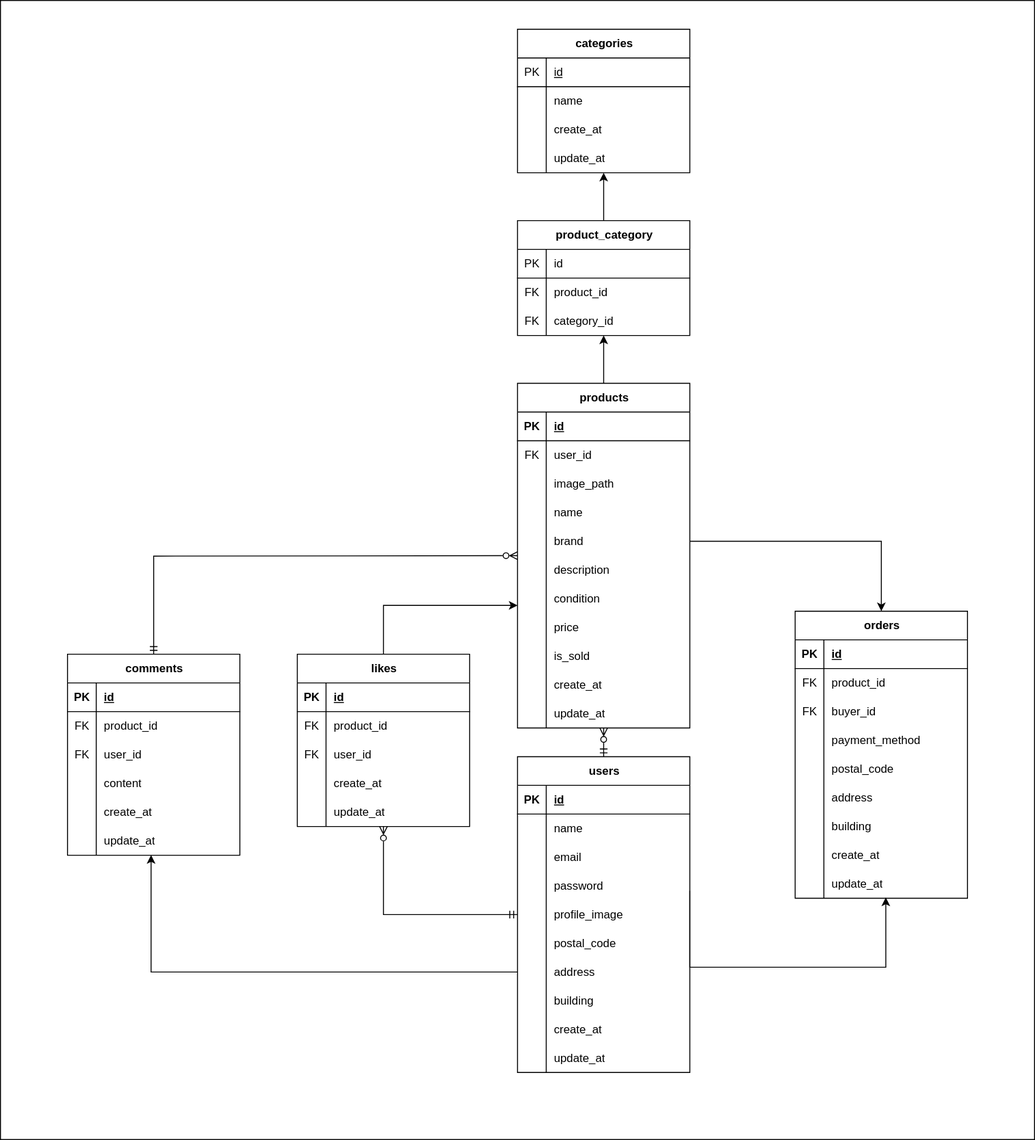
Earlier version of the draw.io export flea-market_ER.drawio.svg (ainyan4645/flea-market_coachtech). Source tidied: cells renumbered, new cells last; positions are measured from the earlier drawing's top-left corner, leaving out a move shared by most shapes.
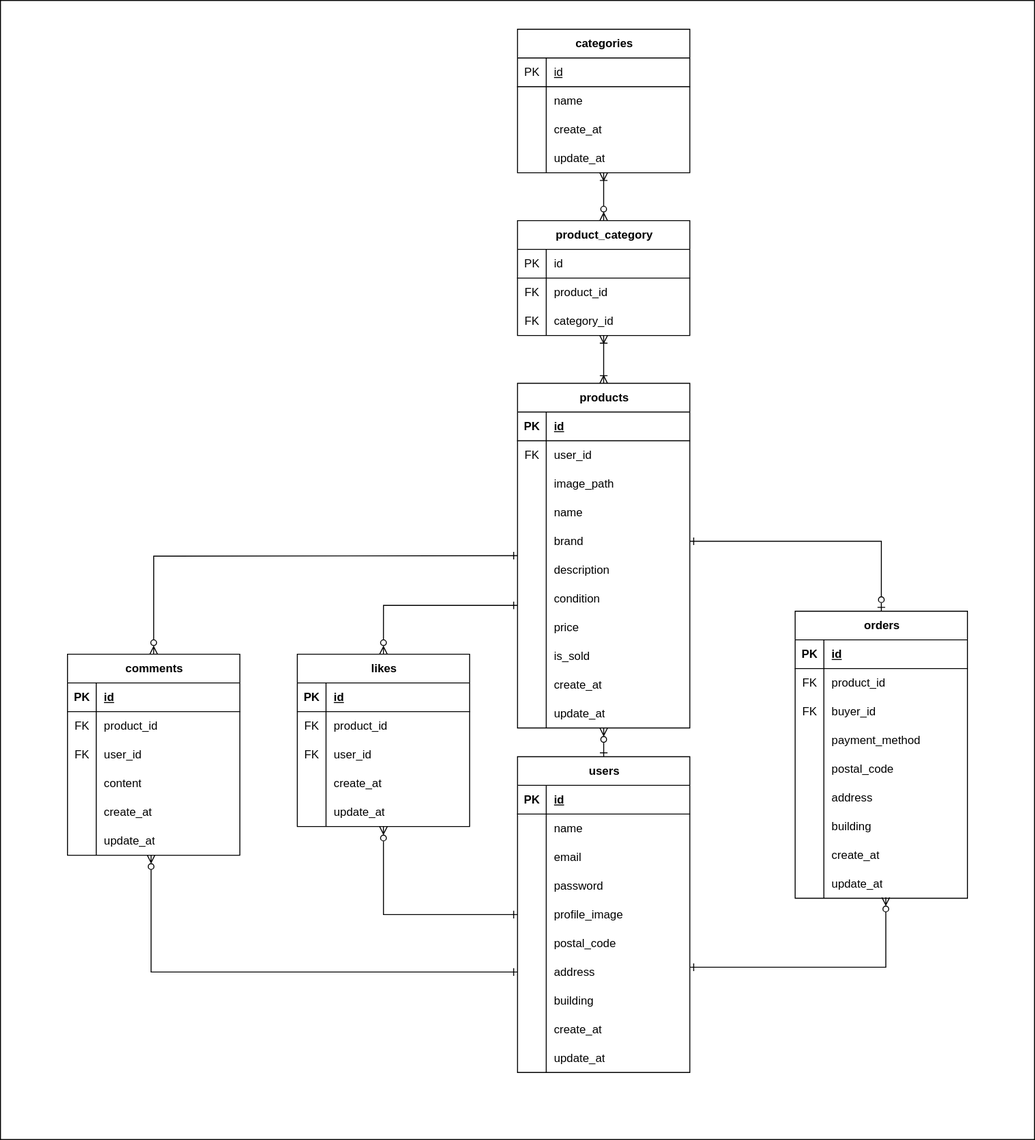
After the change.

Diff of the diagram source:
```diff
@@ -5,10 +5,10 @@
     <mxCell id="2" style="rounded=0;whiteSpace=wrap;html=1;" parent="1" vertex="1">
       <mxGeometry width="1080" height="1190" as="geometry" />
     </mxCell>
-    <mxCell id="3" style="rounded=0;jettySize=auto;html=1;elbow=vertical;startArrow=ERmandOne;startFill=0;endArrow=ERzeroToMany;endFill=0;edgeStyle=orthogonalEdgeStyle;entryX=0.5;entryY=1;entryDx=0;entryDy=0;" parent="1" edge="1" source="5" target="36">
+    <mxCell id="3" style="rounded=0;jettySize=auto;html=1;elbow=vertical;startArrow=ERone;startFill=0;endArrow=ERzeroToMany;endFill=0;edgeStyle=orthogonalEdgeStyle;entryX=0.5;entryY=1;entryDx=0;entryDy=0;" parent="1" edge="1" source="5" target="36">
       <mxGeometry relative="1" as="geometry" />
     </mxCell>
-    <mxCell id="4" style="edgeStyle=orthogonalEdgeStyle;rounded=0;jettySize=auto;html=1;endArrow=ERzeroToMany;endFill=0;startArrow=ERmandOne;startFill=0;" parent="1" edge="1" source="5" target="55">
+    <mxCell id="4" style="edgeStyle=orthogonalEdgeStyle;rounded=0;jettySize=auto;html=1;endArrow=ERzeroToMany;endFill=0;startArrow=ERone;startFill=0;" parent="1" edge="1" source="5" target="55">
       <mxGeometry relative="1" as="geometry">
         <Array as="points">
           <mxPoint x="630" y="780" />
@@ -157,15 +157,15 @@
     <mxCell id="51" value="update_at" style="shape=partialRectangle;fillColor=none;top=0;left=0;bottom=0;right=0;align=left;spacingLeft=6;overflow=hidden;whiteSpace=wrap;html=1;" parent="49" vertex="1">
       <mxGeometry x="30" width="150" height="30" as="geometry" />
     </mxCell>
-    <mxCell id="52" style="rounded=0;jettySize=auto;html=1;startArrow=ERzeroToMany;startFill=0;endArrow=ERmandOne;endFill=0;edgeStyle=orthogonalEdgeStyle;entryX=0.5;entryY=0;entryDx=0;entryDy=0;" parent="1" edge="1" target="89">
+    <mxCell id="52" style="rounded=0;jettySize=auto;html=1;startArrow=ERone;startFill=0;endArrow=ERzeroToMany;endFill=0;edgeStyle=orthogonalEdgeStyle;entryX=0.5;entryY=0;entryDx=0;entryDy=0;" parent="1" edge="1" target="89">
       <mxGeometry relative="1" as="geometry">
         <mxPoint x="540" y="580" as="sourcePoint" />
       </mxGeometry>
     </mxCell>
-    <mxCell id="53" style="edgeStyle=orthogonalEdgeStyle;rounded=0;jettySize=auto;html=1;" parent="1" edge="1" source="55" target="109">
+    <mxCell id="53" style="edgeStyle=orthogonalEdgeStyle;rounded=0;jettySize=auto;html=1;startArrow=ERoneToMany;startFill=0;endArrow=ERoneToMany;endFill=0;" parent="1" edge="1" source="55" target="109">
       <mxGeometry relative="1" as="geometry" />
     </mxCell>
-    <mxCell id="54" style="rounded=0;jettySize=auto;html=1;edgeStyle=orthogonalEdgeStyle;entryX=0.5;entryY=0;entryDx=0;entryDy=0;exitX=1;exitY=0.5;exitDx=0;exitDy=0;" parent="1" edge="1" source="68" target="134">
+    <mxCell id="54" style="rounded=0;jettySize=auto;html=1;edgeStyle=orthogonalEdgeStyle;entryX=0.5;entryY=0;entryDx=0;entryDy=0;exitX=1;exitY=0.5;exitDx=0;exitDy=0;startArrow=ERone;startFill=0;endArrow=ERzeroToOne;endFill=0;" parent="1" edge="1" source="68" target="134">
       <mxGeometry relative="1" as="geometry" />
     </mxCell>
     <mxCell id="55" value="products" style="shape=table;startSize=30;rowLines=0;fontStyle=1;align=center;html=1;" parent="1" vertex="1">
@@ -327,7 +327,7 @@
     <mxCell id="107" value="update_at" style="shape=partialRectangle;fillColor=none;top=0;left=0;bottom=0;right=0;align=left;spacingLeft=6;overflow=hidden;whiteSpace=wrap;html=1;" parent="105" vertex="1">
       <mxGeometry x="30" width="150" height="30" as="geometry" />
     </mxCell>
-    <mxCell id="108" style="edgeStyle=orthogonalEdgeStyle;rounded=0;jettySize=auto;html=1;" parent="1" edge="1" source="109" target="119">
+    <mxCell id="108" style="edgeStyle=orthogonalEdgeStyle;rounded=0;jettySize=auto;html=1;startArrow=ERzeroToMany;startFill=0;endArrow=ERoneToMany;endFill=0;" parent="1" edge="1" source="109" target="119">
       <mxGeometry relative="1" as="geometry" />
     </mxCell>
     <mxCell id="109" value="product_category" style="shape=table;startSize=30;rowLines=0;fontStyle=1;align=center;html=1;" parent="1" vertex="1">
@@ -399,10 +399,10 @@
     <mxCell id="131" value="update_at" style="shape=partialRectangle;fillColor=none;top=0;left=0;bottom=0;right=0;align=left;spacingLeft=6;overflow=hidden;whiteSpace=wrap;html=1;" parent="129" vertex="1">
       <mxGeometry x="30" width="150" height="30" as="geometry" />
     </mxCell>
-    <mxCell id="132" style="rounded=0;jettySize=auto;html=1;entryX=0.485;entryY=0.994;entryDx=0;entryDy=0;exitX=0;exitY=0.5;exitDx=0;exitDy=0;entryPerimeter=0;edgeStyle=orthogonalEdgeStyle;" parent="1" edge="1" source="24" target="105">
+    <mxCell id="132" style="rounded=0;jettySize=auto;html=1;entryX=0.485;entryY=0.994;entryDx=0;entryDy=0;exitX=0;exitY=0.5;exitDx=0;exitDy=0;entryPerimeter=0;edgeStyle=orthogonalEdgeStyle;endArrow=ERzeroToMany;endFill=0;startArrow=ERone;startFill=0;" parent="1" edge="1" source="24" target="105">
       <mxGeometry relative="1" as="geometry" />
     </mxCell>
-    <mxCell id="133" style="rounded=0;jettySize=auto;html=1;entryX=0;entryY=0.733;entryDx=0;entryDy=0;entryPerimeter=0;exitX=0.5;exitY=0;exitDx=0;exitDy=0;edgeStyle=orthogonalEdgeStyle;" parent="1" edge="1" source="36" target="74">
+    <mxCell id="133" style="rounded=0;jettySize=auto;html=1;entryX=0;entryY=0.733;entryDx=0;entryDy=0;entryPerimeter=0;exitX=0.5;exitY=0;exitDx=0;exitDy=0;edgeStyle=orthogonalEdgeStyle;endArrow=ERone;endFill=0;startArrow=ERzeroToMany;startFill=0;" parent="1" edge="1" source="36" target="74">
       <mxGeometry relative="1" as="geometry" />
     </mxCell>
     <mxCell id="134" value="orders" style="shape=table;startSize=30;rowLines=0;fontStyle=1;align=center;html=1;" parent="1" vertex="1">
@@ -489,9 +489,9 @@
     <mxCell id="161" value="update_at" style="shape=partialRectangle;fillColor=none;top=0;left=0;bottom=0;right=0;align=left;spacingLeft=6;overflow=hidden;whiteSpace=wrap;html=1;" parent="159" vertex="1">
       <mxGeometry x="30" width="150" height="30" as="geometry" />
     </mxCell>
-    <mxCell id="162" style="rounded=0;jettySize=auto;html=1;entryX=0.526;entryY=0.971;entryDx=0;entryDy=0;edgeStyle=orthogonalEdgeStyle;entryPerimeter=0;" parent="1" edge="1" target="159">
+    <mxCell id="162" style="rounded=0;jettySize=auto;html=1;entryX=0.526;entryY=0.971;entryDx=0;entryDy=0;edgeStyle=orthogonalEdgeStyle;entryPerimeter=0;startArrow=ERone;startFill=0;endArrow=ERzeroToMany;endFill=0;" parent="1" edge="1" target="159">
       <mxGeometry relative="1" as="geometry">
-        <mxPoint x="720" y="930" as="sourcePoint" />
+        <mxPoint x="720" y="1010" as="sourcePoint" />
         <Array as="points">
           <mxPoint x="720" y="1010" />
           <mxPoint x="925" y="1010" />
```
